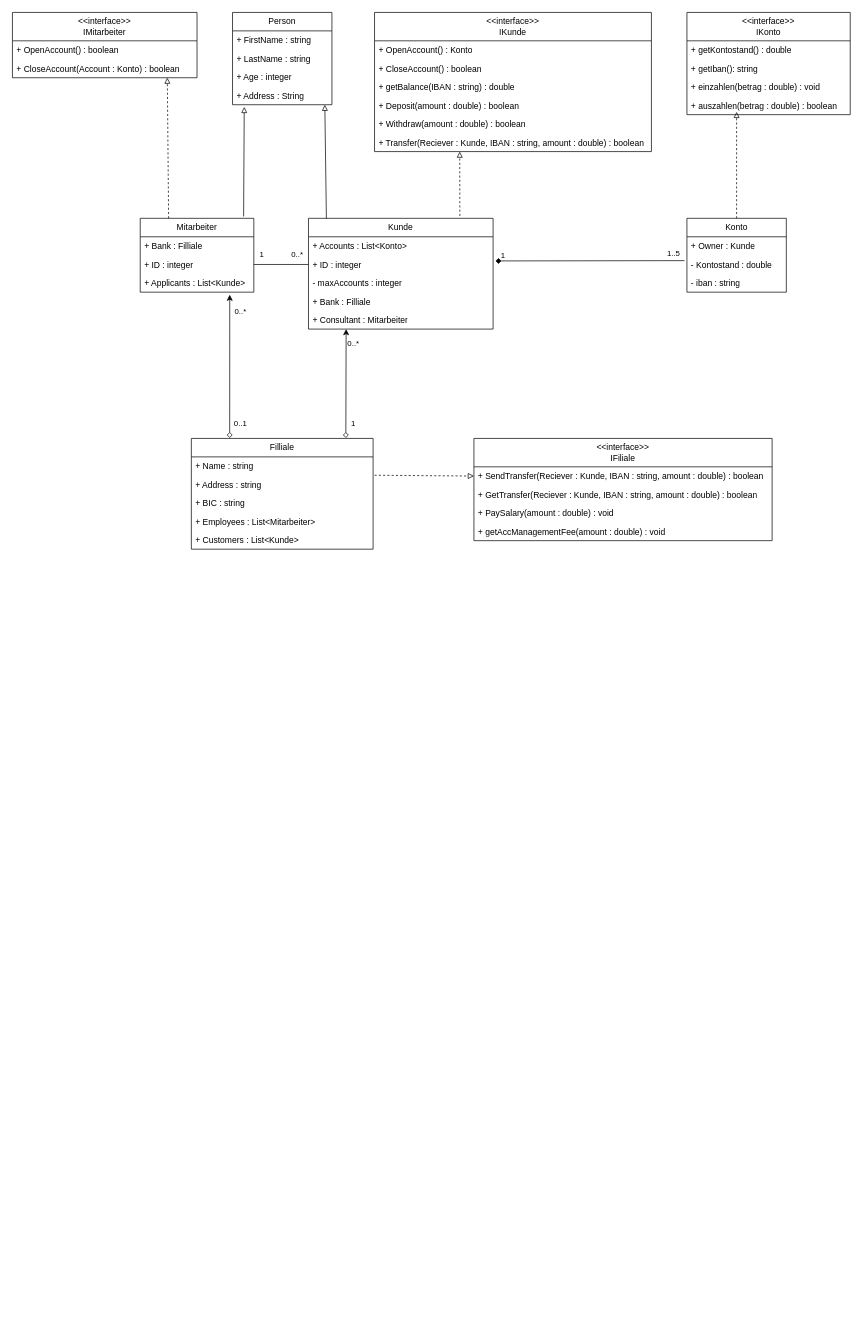
This is ClassDiagram.drawio from Jo-Broo/GuteLauneGeldhaus, a draw.io file, before an edit. Source tidied: cells renumbered, new cells numbered last; positions are measured from the earlier drawing's top-left corner, leaving out a move shared by most shapes. Both pictures are drawn from the tidied source at 71%, with x=0, y=0 at pixel (12, 12).
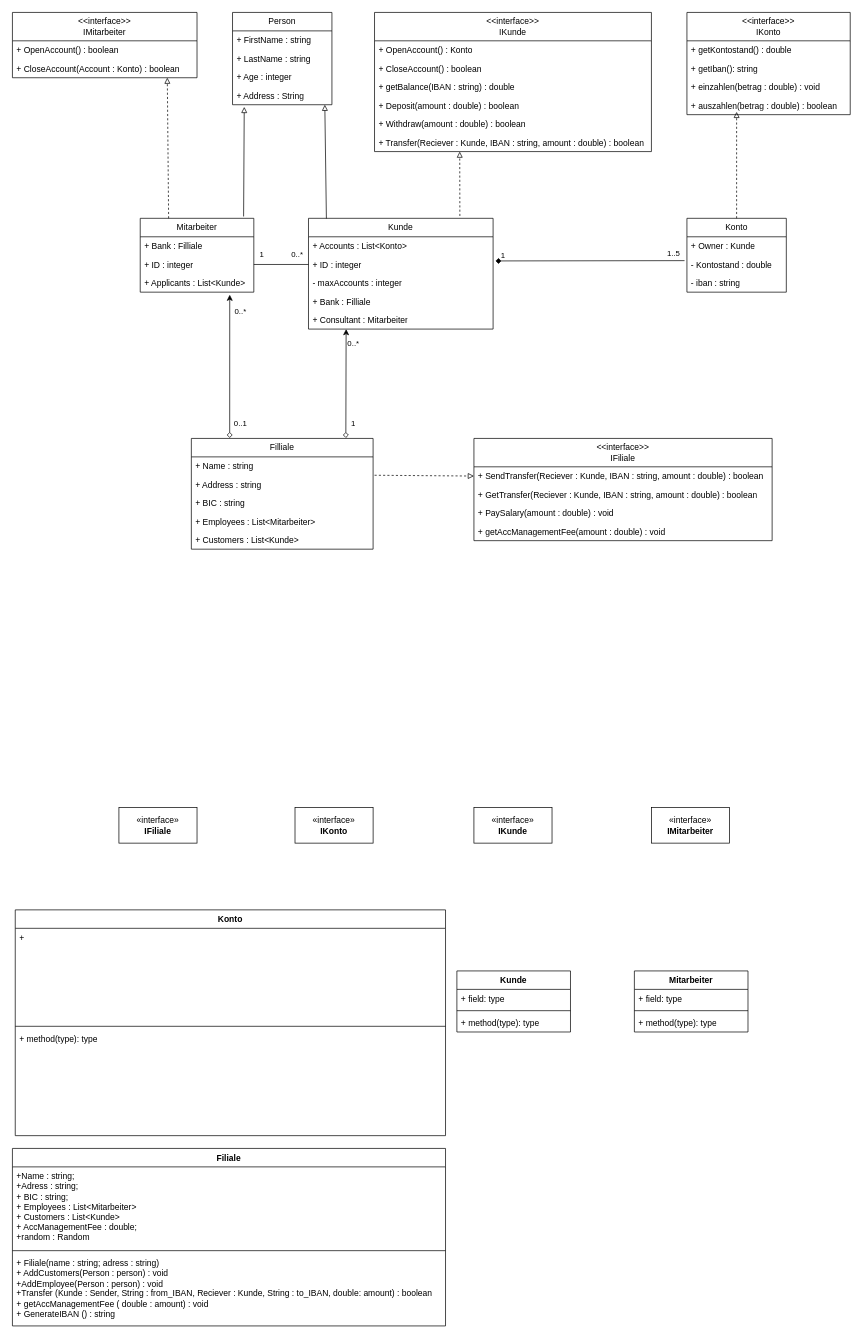
After the change.

The edit, as a diff of the source:
```diff
@@
+    <mxCell id="65" value="«interface»&lt;br&gt;&lt;b&gt;IKonto&lt;/b&gt;" style="html=1;whiteSpace=wrap;" parent="1" vertex="1">
+      <mxGeometry x="398" y="1120" width="110" height="50" as="geometry" />
+    </mxCell>
+    <mxCell id="66" value="«interface»&lt;br&gt;&lt;b&gt;IFiliale&lt;/b&gt;" style="html=1;whiteSpace=wrap;" parent="1" vertex="1">
+      <mxGeometry x="150" y="1120" width="110" height="50" as="geometry" />
+    </mxCell>
+    <mxCell id="67" value="«interface»&lt;br&gt;&lt;b&gt;IMitarbeiter&lt;/b&gt;" style="html=1;whiteSpace=wrap;" parent="1" vertex="1">
+      <mxGeometry x="900" y="1120" width="110" height="50" as="geometry" />
+    </mxCell>
+    <mxCell id="68" value="«interface»&lt;br&gt;&lt;b&gt;IKunde&lt;/b&gt;" style="html=1;whiteSpace=wrap;" parent="1" vertex="1">
+      <mxGeometry x="650" y="1120" width="110" height="50" as="geometry" />
+    </mxCell>
+    <mxCell id="69" value="Mitarbeiter" style="swimlane;fontStyle=1;align=center;verticalAlign=top;horizontal=1;startSize=26;whiteSpace=wrap;html=1;" parent="1" vertex="1">
+      <mxGeometry x="876" y="1350" width="160" height="86" as="geometry" />
+    </mxCell>
+    <mxCell id="70" value="+ field: type" style="text;strokeColor=none;fillColor=none;align=left;verticalAlign=top;spacingLeft=4;spacingRight=4;overflow=hidden;whiteSpace=wrap;html=1;" parent="69" vertex="1">
+      <mxGeometry y="26" width="160" height="26" as="geometry" />
+    </mxCell>
+    <mxCell id="71" style="line;strokeWidth=1;fillColor=none;align=left;verticalAlign=middle;spacingTop=-1;spacingLeft=3;spacingRight=3;labelPosition=right;strokeColor=inherit;" parent="69" vertex="1">
+      <mxGeometry y="52" width="160" height="8" as="geometry" />
+    </mxCell>
+    <mxCell id="72" value="+ method(type): type" style="text;strokeColor=none;fillColor=none;align=left;verticalAlign=top;spacingLeft=4;spacingRight=4;overflow=hidden;whiteSpace=wrap;html=1;" parent="69" vertex="1">
+      <mxGeometry y="60" width="160" height="26" as="geometry" />
+    </mxCell>
+    <mxCell id="73" value="Kunde" style="swimlane;fontStyle=1;align=center;verticalAlign=top;horizontal=1;startSize=26;whiteSpace=wrap;html=1;" parent="1" vertex="1">
+      <mxGeometry x="626" y="1350" width="160" height="86" as="geometry" />
+    </mxCell>
+    <mxCell id="74" value="+ field: type" style="text;strokeColor=none;fillColor=none;align=left;verticalAlign=top;spacingLeft=4;spacingRight=4;overflow=hidden;whiteSpace=wrap;html=1;" parent="73" vertex="1">
+      <mxGeometry y="26" width="160" height="26" as="geometry" />
+    </mxCell>
+    <mxCell id="75" style="line;strokeWidth=1;fillColor=none;align=left;verticalAlign=middle;spacingTop=-1;spacingLeft=3;spacingRight=3;labelPosition=right;strokeColor=inherit;" parent="73" vertex="1">
+      <mxGeometry y="52" width="160" height="8" as="geometry" />
+    </mxCell>
+    <mxCell id="76" value="+ method(type): type" style="text;strokeColor=none;fillColor=none;align=left;verticalAlign=top;spacingLeft=4;spacingRight=4;overflow=hidden;whiteSpace=wrap;html=1;" parent="73" vertex="1">
+      <mxGeometry y="60" width="160" height="26" as="geometry" />
+    </mxCell>
+    <mxCell id="77" value="Konto" style="swimlane;fontStyle=1;align=center;verticalAlign=top;horizontal=1;startSize=26;whiteSpace=wrap;html=1;" parent="1" vertex="1">
+      <mxGeometry x="4" y="1264" width="606" height="318" as="geometry" />
+    </mxCell>
+    <mxCell id="78" value="+&amp;nbsp;" style="text;strokeColor=none;fillColor=none;align=left;verticalAlign=top;spacingLeft=4;spacingRight=4;overflow=hidden;whiteSpace=wrap;html=1;" parent="77" vertex="1">
+      <mxGeometry y="26" width="606" height="134" as="geometry" />
+    </mxCell>
+    <mxCell id="79" style="line;strokeWidth=1;fillColor=none;align=left;verticalAlign=middle;spacingTop=-1;spacingLeft=3;spacingRight=3;labelPosition=right;strokeColor=inherit;" parent="77" vertex="1">
+      <mxGeometry y="160" width="606" height="8" as="geometry" />
+    </mxCell>
+    <mxCell id="80" value="+ method(type): type" style="text;strokeColor=none;fillColor=none;align=left;verticalAlign=top;spacingLeft=4;spacingRight=4;overflow=hidden;whiteSpace=wrap;html=1;" parent="77" vertex="1">
+      <mxGeometry y="168" width="606" height="150" as="geometry" />
+    </mxCell>
+    <mxCell id="81" value="Filiale" style="swimlane;fontStyle=1;align=center;verticalAlign=top;horizontal=1;startSize=26;whiteSpace=wrap;html=1;" parent="1" vertex="1">
+      <mxGeometry y="1600" width="610" height="250" as="geometry" />
+    </mxCell>
+    <mxCell id="82" value="+Name : string;&lt;br&gt;+Adress : string;&lt;br&gt;+ BIC : string;&lt;br&gt;+ Employees : List&amp;lt;Mitarbeiter&amp;gt;&lt;br&gt;+ Customers : List&amp;lt;Kunde&amp;gt;&lt;br&gt;+ AccManagementFee : double;&lt;br&gt;+random : Random" style="text;strokeColor=none;fillColor=none;align=left;verticalAlign=top;spacingLeft=4;spacingRight=4;overflow=hidden;whiteSpace=wrap;html=1;" parent="81" vertex="1">
+      <mxGeometry y="26" width="610" height="114" as="geometry" />
+    </mxCell>
+    <mxCell id="83" style="line;strokeWidth=1;fillColor=none;align=left;verticalAlign=middle;spacingTop=-1;spacingLeft=3;spacingRight=3;labelPosition=right;strokeColor=inherit;" parent="81" vertex="1">
+      <mxGeometry y="140" width="610" height="8" as="geometry" />
+    </mxCell>
+    <mxCell id="84" value="+ Filiale(name : string; adress : string)&lt;br&gt;+ AddCustomers(Person : person) : void&lt;br&gt;+AddEmployee(Person : person) : void&lt;br&gt;+Transfer (Kunde : Sender, String : from_IBAN, Reciever : Kunde, String : to_IBAN, double: amount) : boolean&lt;br&gt;+ getAccManagementFee ( double : amount) : void&lt;br&gt;+ GenerateIBAN () : string&lt;br&gt;&lt;br&gt;&amp;nbsp;" style="text;strokeColor=none;fillColor=none;align=left;verticalAlign=top;spacingLeft=4;spacingRight=4;overflow=hidden;whiteSpace=wrap;html=1;" parent="81" vertex="1">
+      <mxGeometry y="148" width="610" height="102" as="geometry" />
+    </mxCell>
```
